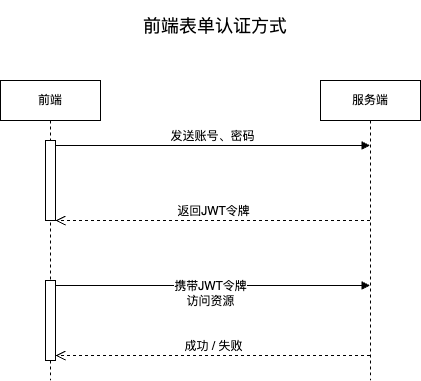
This is Web认证方式.drawio.png from JYbill/draw, a draw.io export, as it was before one commit. Source tidied: cells renumbered, new cells last; positions are measured from the earlier drawing's top-left corner, leaving out a move shared by most shapes.
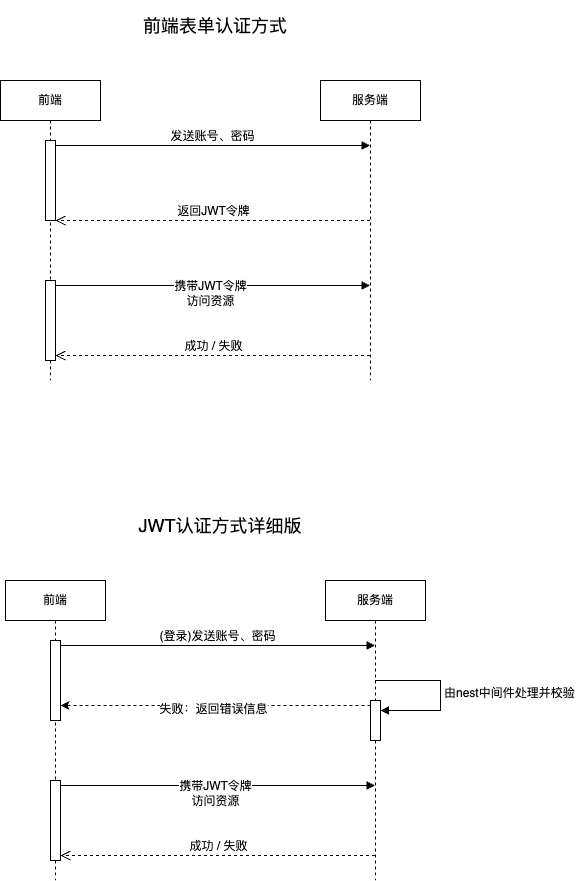
The same diagram one commit later.

Commit message:
更新Web认证方式.drawio.png

What changed in the source:
```diff
@@ -29,5 +29,51 @@
     <mxCell id="10" value="成功 / 失败" style="html=1;verticalAlign=bottom;endArrow=open;dashed=1;endSize=8;curved=0;rounded=0;entryX=1;entryY=1;entryDx=0;entryDy=-5;entryPerimeter=0;" parent="1" edge="1" source="6" target="4">
       <mxGeometry relative="1" as="geometry" />
     </mxCell>
+    <mxCell id="11" value="前端" style="shape=umlLifeline;perimeter=lifelinePerimeter;whiteSpace=wrap;html=1;newEdgeStyle={&quot;curved&quot;:0,&quot;rounded&quot;:0};" parent="1" vertex="1">
+      <mxGeometry x="5" y="580" width="100" height="300" as="geometry" />
+    </mxCell>
+    <mxCell id="12" style="html=1;points=[[0,0,0,0,5],[0,1,0,0,-5],[1,0,0,0,5],[1,1,0,0,-5]];perimeter=orthogonalPerimeter;outlineConnect=0;targetShapes=umlLifeline;portConstraint=eastwest;newEdgeStyle={&quot;curved&quot;:0,&quot;rounded&quot;:0};" parent="11" vertex="1">
+      <mxGeometry x="45" y="60" width="10" height="80" as="geometry" />
+    </mxCell>
+    <mxCell id="13" style="html=1;points=[[0,0,0,0,5],[0,1,0,0,-5],[1,0,0,0,5],[1,1,0,0,-5]];perimeter=orthogonalPerimeter;outlineConnect=0;targetShapes=umlLifeline;portConstraint=eastwest;newEdgeStyle={&quot;curved&quot;:0,&quot;rounded&quot;:0};" parent="11" vertex="1">
+      <mxGeometry x="45" y="200" width="10" height="80" as="geometry" />
+    </mxCell>
+    <mxCell id="14" value="JWT认证方式详细版" style="text;html=1;strokeColor=none;fillColor=none;align=center;verticalAlign=middle;whiteSpace=wrap;rounded=0;fontSize=18;" parent="1" vertex="1">
+      <mxGeometry x="85" y="500" width="270" height="50" as="geometry" />
+    </mxCell>
+    <mxCell id="15" value="服务端" style="shape=umlLifeline;perimeter=lifelinePerimeter;whiteSpace=wrap;html=1;outlineConnect=0;portConstraint=eastwest;newEdgeStyle={&quot;curved&quot;:0,&quot;rounded&quot;:0};" parent="1" vertex="1">
+      <mxGeometry x="325" y="580" width="100" height="300" as="geometry" />
+    </mxCell>
+    <mxCell id="16" style="html=1;points=[[0,0,0,0,5],[0,1,0,0,-5],[1,0,0,0,5],[1,1,0,0,-5]];perimeter=orthogonalPerimeter;outlineConnect=0;targetShapes=umlLifeline;portConstraint=eastwest;newEdgeStyle={&quot;curved&quot;:0,&quot;rounded&quot;:0};" parent="15" vertex="1">
+      <mxGeometry x="45" y="120" width="10" height="40" as="geometry" />
+    </mxCell>
+    <mxCell id="17" value="由nest中间件处理并校验" style="html=1;align=left;spacingLeft=2;endArrow=block;rounded=0;edgeStyle=orthogonalEdgeStyle;curved=0;rounded=0;" parent="15" edge="1" source="15" target="16">
+      <mxGeometry relative="1" as="geometry">
+        <Array as="points">
+          <mxPoint x="115" y="100" />
+          <mxPoint x="115" y="130" />
+        </Array>
+      </mxGeometry>
+    </mxCell>
+    <mxCell id="18" value="(登录)发送账号、密码" style="html=1;verticalAlign=bottom;endArrow=block;curved=0;rounded=0;exitX=1;exitY=0;exitDx=0;exitDy=5;exitPerimeter=0;" parent="1" edge="1" source="12" target="15">
+      <mxGeometry relative="1" as="geometry" />
+    </mxCell>
+    <mxCell id="19" value="携带JWT令牌&lt;br&gt;访问资源" style="html=1;verticalAlign=bottom;endArrow=block;curved=0;rounded=0;exitX=1;exitY=0;exitDx=0;exitDy=5;exitPerimeter=0;" parent="1" edge="1" source="13" target="15">
+      <mxGeometry x="-0.01" y="-25" relative="1" as="geometry" />
+    </mxCell>
+    <mxCell id="20" value="成功 / 失败" style="html=1;verticalAlign=bottom;endArrow=open;dashed=1;endSize=8;curved=0;rounded=0;entryX=1;entryY=1;entryDx=0;entryDy=-5;entryPerimeter=0;" parent="1" edge="1" source="15" target="13">
+      <mxGeometry relative="1" as="geometry" />
+    </mxCell>
+    <mxCell id="21" style="edgeStyle=orthogonalEdgeStyle;rounded=0;jettySize=auto;html=1;curved=0;exitX=0;exitY=0;exitDx=0;exitDy=5;exitPerimeter=0;dashed=1;" parent="1" edge="1" source="16" target="12">
+      <mxGeometry relative="1" as="geometry">
+        <Array as="points">
+          <mxPoint x="140" y="705" />
+          <mxPoint x="140" y="705" />
+        </Array>
+      </mxGeometry>
+    </mxCell>
+    <mxCell id="22" value="失败：返回错误信息" style="edgeLabel;html=1;align=center;verticalAlign=middle;" parent="21" vertex="1">
+      <mxGeometry x="0.02" y="3" relative="1" as="geometry" />
+    </mxCell>
   </root>
 </mxGraphModel>
```
